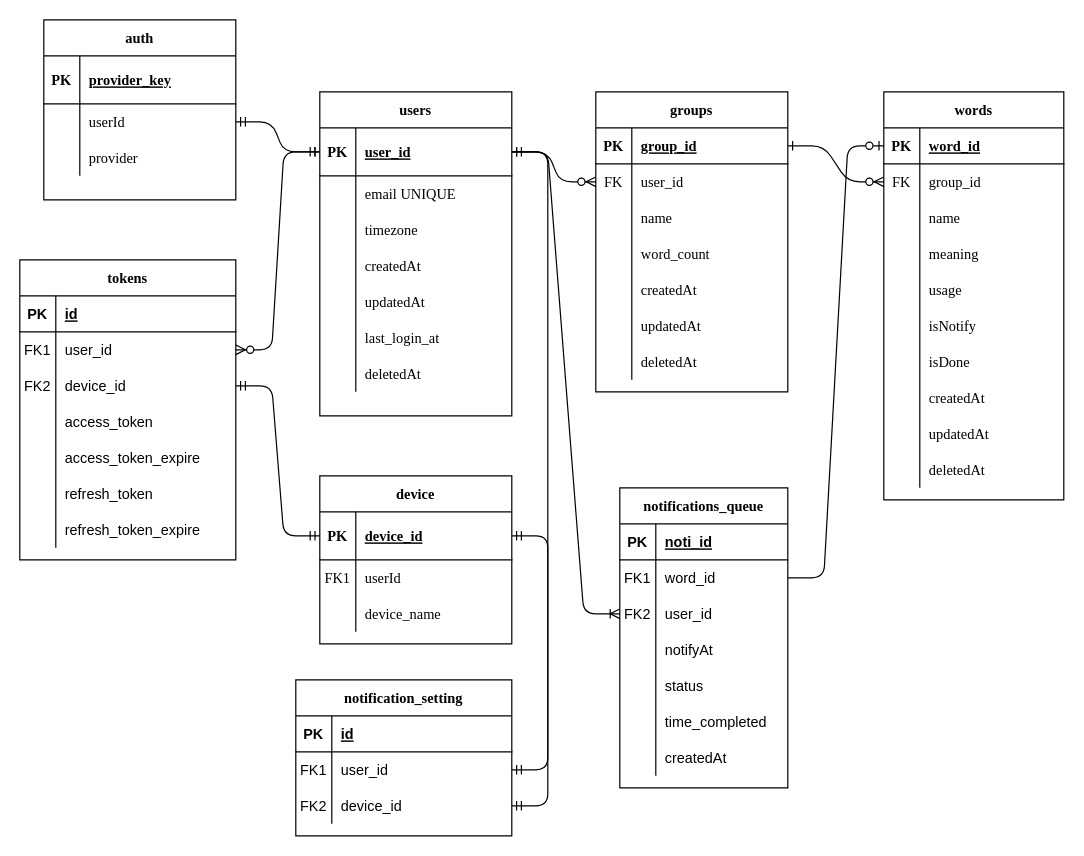
stay7/oneway-server keeps this draw.io diagram as page "Page-1" (1 of 2) of schema.drawio. Above is the earlier version. Source tidied: cells renumbered, new cells numbered last; positions are measured from the earlier drawing's top-left corner, leaving out a move shared by most shapes. Both pictures are drawn from the tidied source at 120%, with x=0, y=0 at pixel (19, 19).
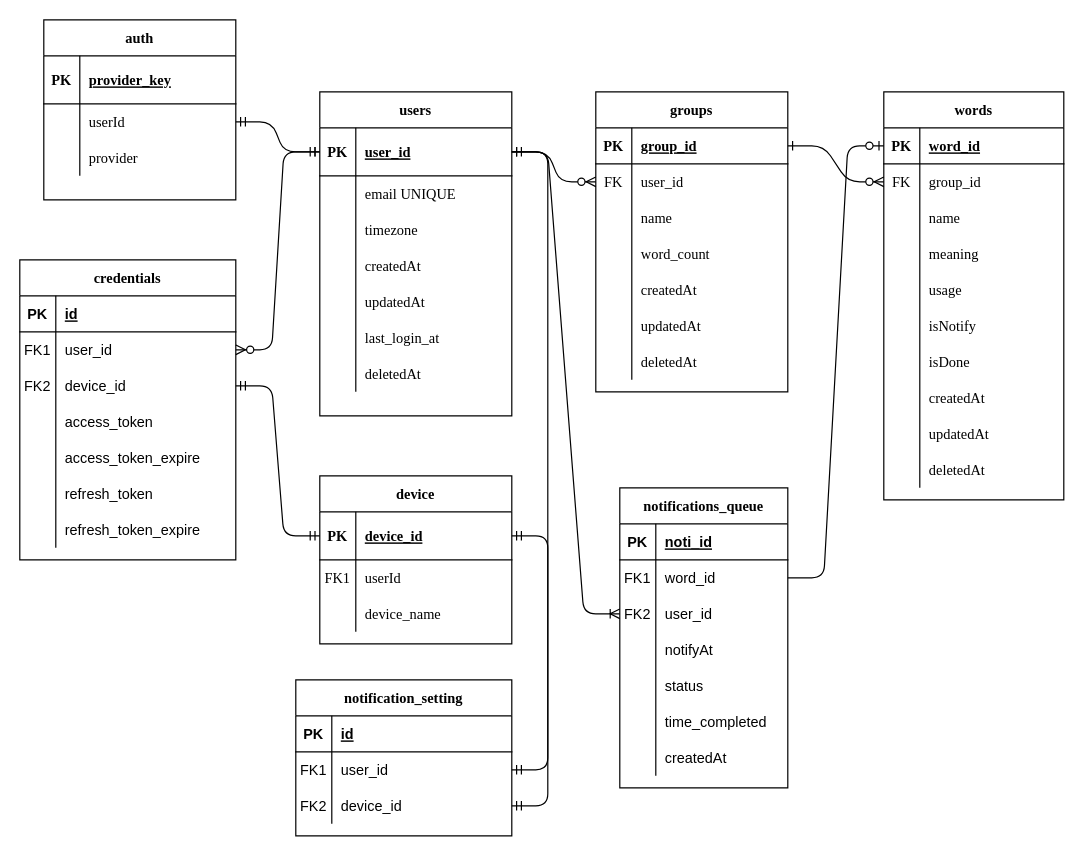
After the change.

The edit, as a diff of the source:
```diff
@@
-    <mxCell id="113" value="tokens" style="shape=table;startSize=30;childLayout=tableLayout;rowLines=0;fontStyle=1;align=center;fontFamily=Garamond;" parent="1" vertex="1">
+    <mxCell id="113" value="credentials" style="shape=table;startSize=30;childLayout=tableLayout;rowLines=0;fontStyle=1;align=center;fontFamily=Garamond;" parent="1" vertex="1">
       <mxGeometry y="200" width="180" height="250" as="geometry" />
     </mxCell>
```
